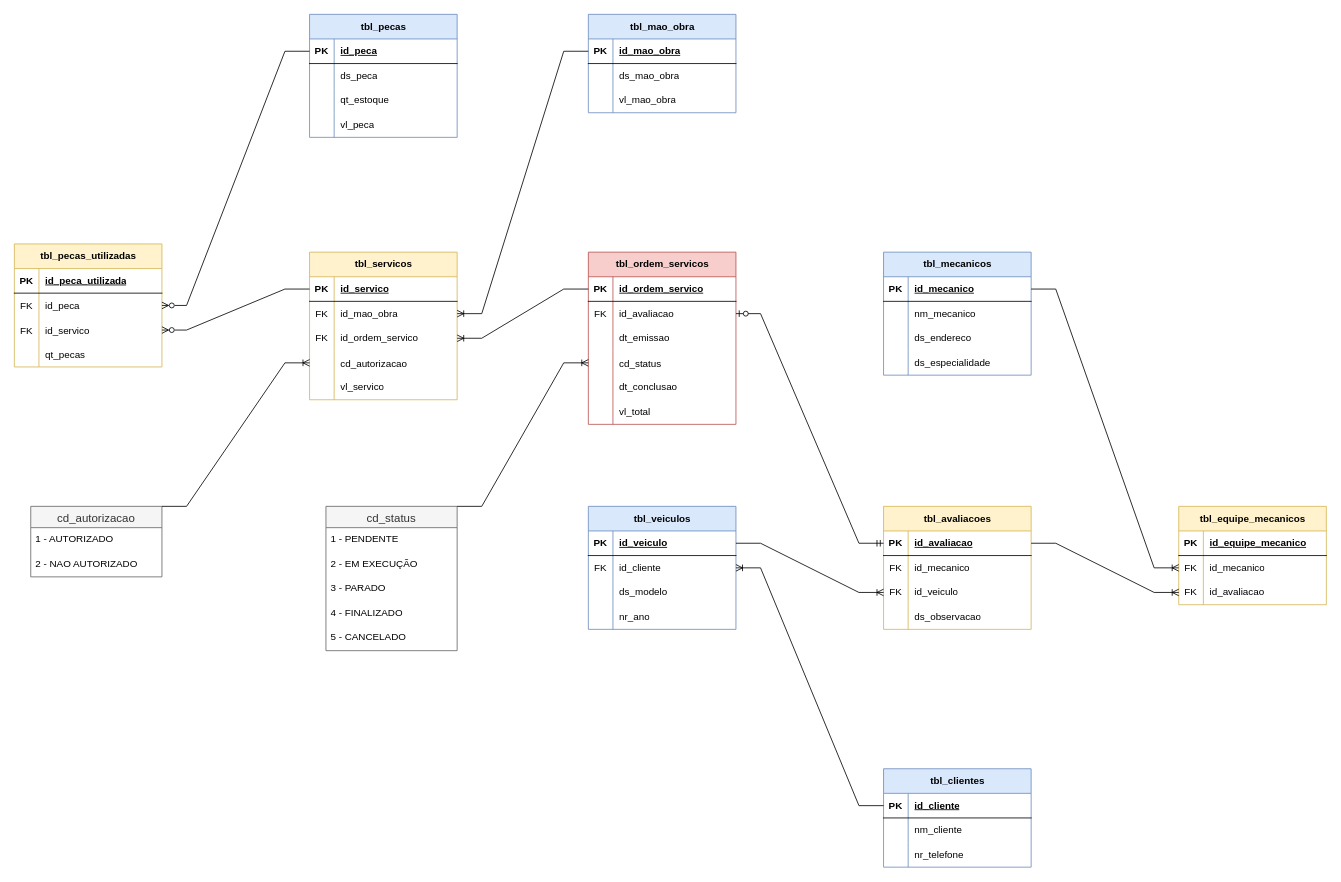
This is mer.drawio from ruan-narici/oficina-projeto-db, a draw.io file, before an edit. Source tidied: cells renumbered, new cells numbered last; positions are measured from the earlier drawing's top-left corner, leaving out a move shared by most shapes. Both pictures are drawn from the tidied source at 82%, with x=0, y=0 at pixel (14, 14).
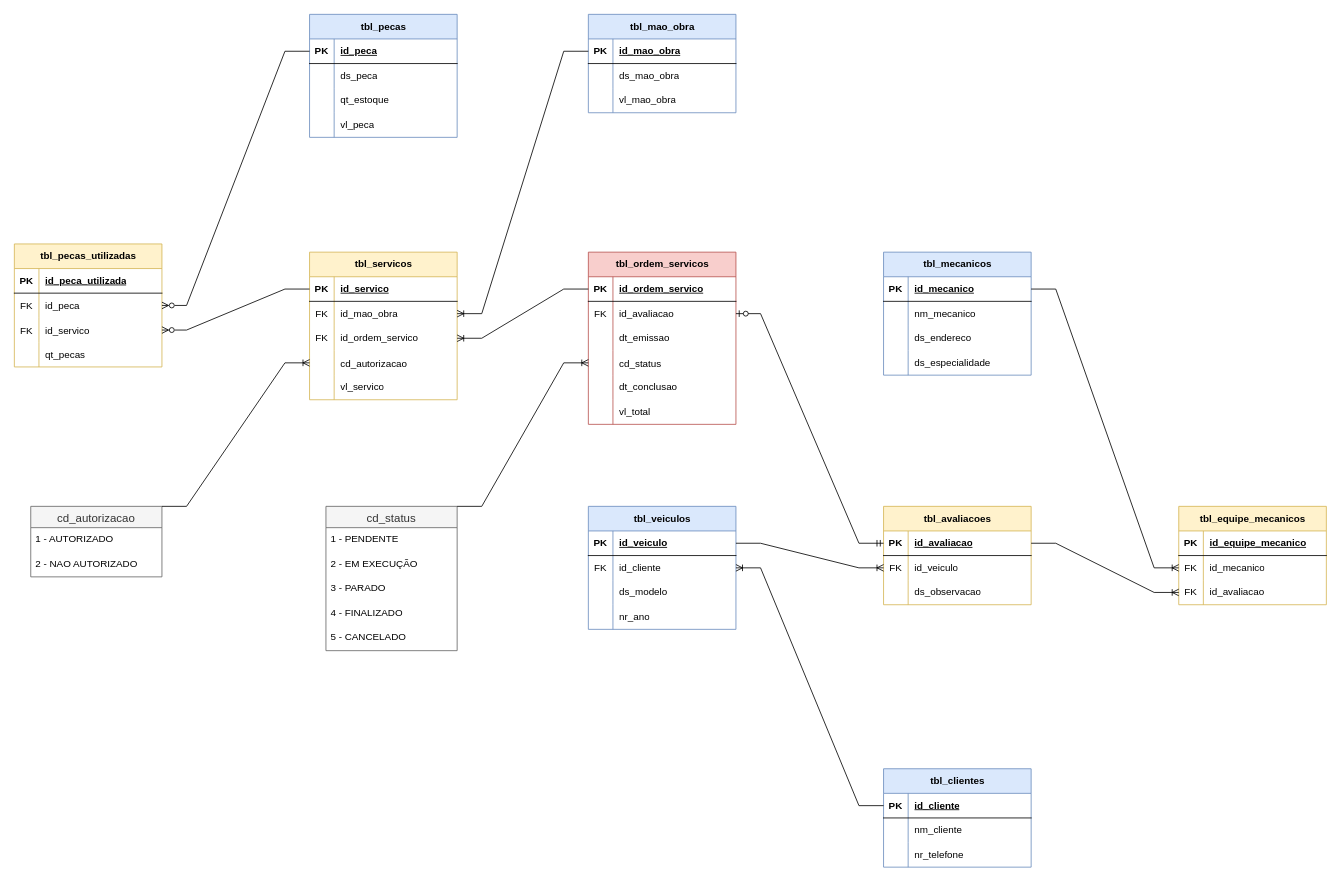
Above is the later version.

Change to the diagram source:
```diff
@@
     <mxCell id="100" value="tbl_avaliacoes" style="shape=table;startSize=30;childLayout=tableLayout;rowLines=0;fontStyle=1;align=center;html=1;fillColor=#fff2cc;strokeColor=#d6b656;" parent="1" vertex="1">
-      <mxGeometry x="1060" y="600" width="180" height="150" as="geometry" />
+      <mxGeometry x="1060" y="600" width="180" height="120" as="geometry" />
     </mxCell>
@@
-    <mxCell id="104" style="shape=tableRow;horizontal=0;startSize=0;swimlaneHead=0;swimlaneBody=0;fillColor=none;top=0;left=0;right=0;bottom=0;" parent="100" vertex="1">
-      <mxGeometry y="60" width="180" height="30" as="geometry" />
-    </mxCell>
-    <mxCell id="105" value="FK" style="shape=partialRectangle;fillColor=none;top=0;left=0;bottom=0;right=0;overflow=hidden;whiteSpace=wrap;html=1;" parent="104" vertex="1">
-      <mxGeometry width="30" height="30" as="geometry" />
-    </mxCell>
-    <mxCell id="106" value="id_mecanico" style="shape=partialRectangle;fillColor=none;top=0;left=0;bottom=0;right=0;align=left;spacingLeft=6;overflow=hidden;whiteSpace=wrap;html=1;" parent="104" vertex="1">
-      <mxGeometry x="30" width="150" height="30" as="geometry" />
-    </mxCell>
     <mxCell id="107" style="shape=tableRow;horizontal=0;startSize=0;swimlaneHead=0;swimlaneBody=0;fillColor=none;points=[[0,0.5],[1,0.5]];portConstraint=eastwest;top=0;left=0;right=0;bottom=0;" parent="100" vertex="1">
-      <mxGeometry y="90" width="180" height="30" as="geometry" />
+      <mxGeometry y="60" width="180" height="30" as="geometry" />
     </mxCell>
@@
     <mxCell id="110" style="shape=tableRow;horizontal=0;startSize=0;swimlaneHead=0;swimlaneBody=0;fillColor=none;top=0;left=0;right=0;bottom=0;" parent="100" vertex="1">
-      <mxGeometry y="120" width="180" height="30" as="geometry" />
+      <mxGeometry y="90" width="180" height="30" as="geometry" />
     </mxCell>
```
